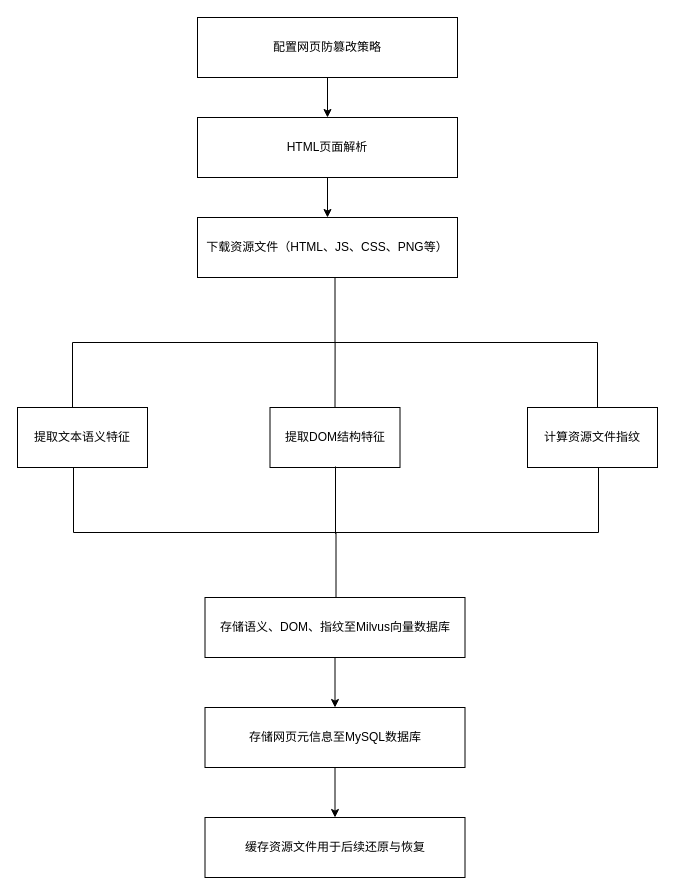
This is 流程图1.drawio from allurelzh/flask_demo, a draw.io file, before an edit. Source tidied: cells renumbered, new cells numbered last; positions are measured from the earlier drawing's top-left corner, leaving out a move shared by most shapes. Both pictures are drawn from the tidied source at 100%, with x=0, y=0 at pixel (17, 17).
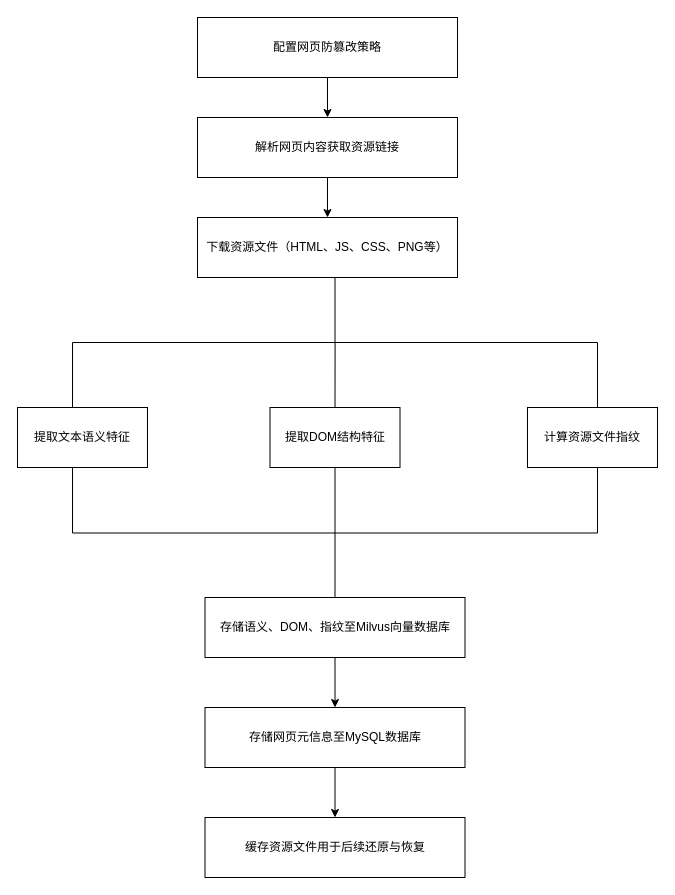
After the change.

Commit message (it also covers changes not shown here):
更新流程图1.drawio

The edit, as a diff of the source:
```diff
@@
-    <mxCell id="5" value="HTML页面解析" style="rounded=0;whiteSpace=wrap;html=1;" parent="1" vertex="1">
+    <mxCell id="5" value="解析网页内容获取资源链接" style="rounded=0;whiteSpace=wrap;html=1;" parent="1" vertex="1">
       <mxGeometry x="180" y="100" width="260" height="60" as="geometry" />
     </mxCell>
@@
-    <mxCell id="12" style="strokeWidth=1;html=1;shape=mxgraph.flowchart.annotation_2;align=left;labelPosition=right;direction=north;strokeColor=default;points=[[0,0.5,0,0,0],[0.5,0,0,0,0],[0.5,1,0,0,0],[1,0,0,0,0],[1,0.5,0,0,0],[1,1,0,0,0]];" parent="1" vertex="1">
-      <mxGeometry x="56" y="450" width="525" height="130" as="geometry" />
+    <mxCell id="12" style="strokeWidth=1;html=1;shape=mxgraph.flowchart.annotation_2;align=left;labelPosition=right;direction=north;strokeColor=default;points=[[0,0.5,0,0,0],[0.5,0,0,0,0],[0.5,0.5,0,0,0],[0.5,1,0,0,0],[1,0,0,0,0],[1,0.5,0,0,0],[1,1,0,0,0]];" parent="1" vertex="1">
+      <mxGeometry x="55" y="450" width="525" height="131" as="geometry" />
     </mxCell>
@@
-    <mxCell id="18" style="endArrow=none;html=1;rounded=0;exitX=0.482;exitY=0.499;exitDx=0;exitDy=0;exitPerimeter=0;" parent="1" edge="1">
-      <mxGeometry relative="1" as="geometry">
-        <mxPoint x="318" y="516.3" as="sourcePoint" />
-        <mxPoint x="318" y="449" as="targetPoint" />
-      </mxGeometry>
-    </mxCell>
+    <mxCell id="19" style="endArrow=none;html=1;rounded=0;entryX=1;entryY=0.5;entryDx=0;entryDy=0;entryPerimeter=0;exitX=0.5;exitY=0.5;exitDx=0;exitDy=0;exitPerimeter=0;" parent="1" edge="1" source="12" target="12">
+      <mxGeometry relative="1" as="geometry" />
+    </mxCell>
```
